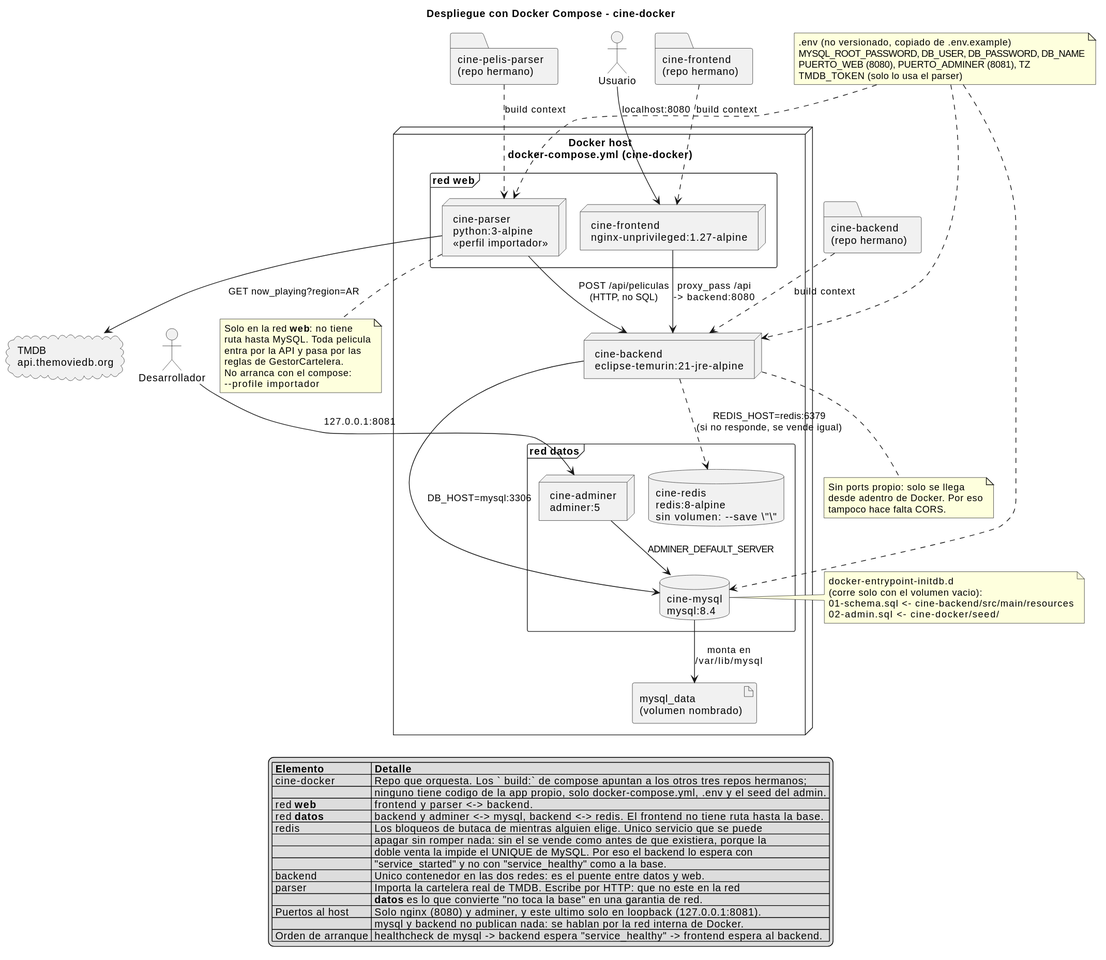
The PlantUML diagram cine-backend/docs/diagramas/docker-despliegue.svg in andreiveisuade/cine-uade, before a commit.
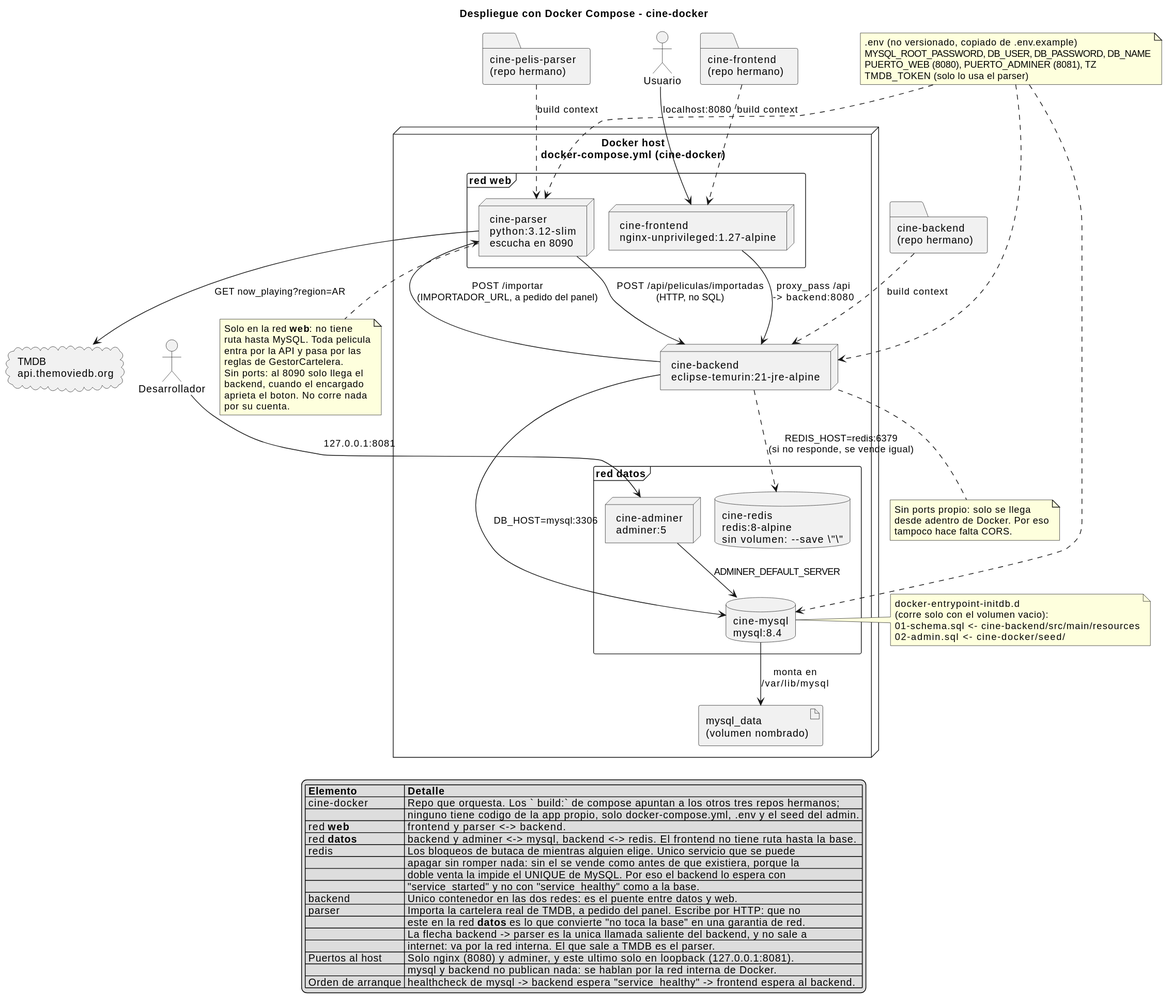
The same file after the commit.

Commit message:
docs(manual): como se pide la cartelera desde el panel, y por que no el socket de docker

The edit, as a diff of the source:
```diff
@@ -13,7 +13,7 @@
 node "Docker host\ndocker-compose.yml (cine-docker)" {
   frame "red **web**" {
     node "cine-frontend\nnginx-unprivileged:1.27-alpine" as frontend
-    node "cine-parser\npython:3-alpine\n<<perfil importador>>" as parser
+    node "cine-parser\npython:3.12-slim\nescucha en 8090" as parser
   }
 
   node "cine-backend\neclipse-temurin:21-jre-alpine" as backend
@@ -38,7 +38,8 @@
 dev --> adminer : "127.0.0.1:8081"
 
 frontend --> backend : proxy_pass /api\n-> backend:8080
-parser --> backend : POST /api/peliculas\n(HTTP, no SQL)
+parser --> backend : POST /api/peliculas/importadas\n(HTTP, no SQL)
+backend --> parser : POST /importar\n(IMPORTADOR_URL, a pedido del panel)
 parser --> tmdb : GET now_playing?region=AR
 backend --> mysql : DB_HOST=mysql:3306
 backend ..> redis : REDIS_HOST=redis:6379\n(si no responde, se vende igual)
@@ -63,8 +64,10 @@
   ruta hasta MySQL. Toda pelicula
   entra por la API y pasa por las
   reglas de GestorCartelera.
-  No arranca con el compose:
-  --profile importador
+  Sin ports: al 8090 solo llega el
+  backend, cuando el encargado
+  aprieta el boton. No corre nada
+  por su cuenta.
 end note
 
 note as envNote
@@ -88,8 +91,10 @@
   |  | doble venta la impide el UNIQUE de MySQL. Por eso el backend lo espera con |
   |  | "service_started" y no con "service_healthy" como a la base. |
   | backend | Unico contenedor en las dos redes: es el puente entre datos y web. |
-  | parser | Importa la cartelera real de TMDB. Escribe por HTTP: que no este en la red |
-  |  | **datos** es lo que convierte "no toca la base" en una garantia de red. |
+  | parser | Importa la cartelera real de TMDB, a pedido del panel. Escribe por HTTP: que no |
+  |  | este en la red **datos** es lo que convierte "no toca la base" en una garantia de red. |
+  |  | La flecha backend -> parser es la unica llamada saliente del backend, y no sale a |
+  |  | internet: va por la red interna. El que sale a TMDB es el parser. |
   | Puertos al host | Solo nginx (8080) y adminer, y este ultimo solo en loopback (127.0.0.1:8081). |
   |  | mysql y backend no publican nada: se hablan por la red interna de Docker. |
   | Orden de arranque | healthcheck de mysql -> backend espera "service_healthy" -> frontend espera al backend. |
```
